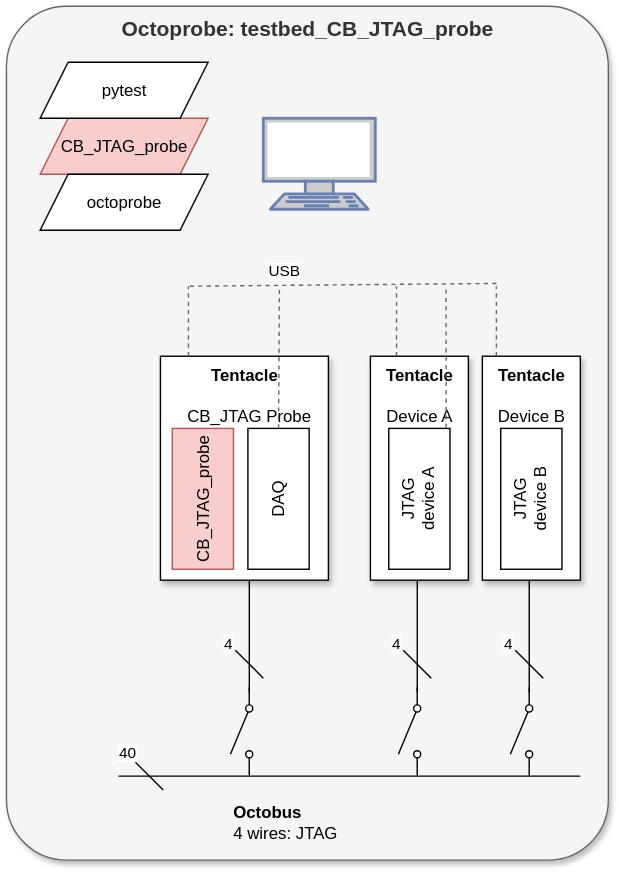
Above: docs/design/block_diagram.drawio.svg in octoprobe/testbed_cb_jtag_probe (draw.io), before the change. Source tidied: cells renumbered, new cells last; positions are measured from the earlier drawing's top-left corner, leaving out a move shared by most shapes. Its diagram source:
```xml
<mxGraphModel>
  <root>
    <mxCell id="0" />
    <mxCell id="1" parent="0" />
    <mxCell id="2" value="&lt;b&gt;Octoprobe: testbed_CB_JTAG_probe&lt;/b&gt;" style="rounded=1;whiteSpace=wrap;html=1;shadow=1;align=center;horizontal=1;arcSize=10;verticalAlign=top;fontSize=15;fillColor=#f5f5f5;fontColor=#333333;strokeColor=#666666;" parent="1" vertex="1">
      <mxGeometry width="430" height="610" as="geometry" />
    </mxCell>
    <mxCell id="3" value="&lt;b&gt;Octobus&lt;/b&gt;&lt;br&gt;4 wires: JTAG" style="text;html=1;strokeColor=none;fillColor=none;align=left;verticalAlign=middle;whiteSpace=wrap;rounded=0;" parent="1" vertex="1">
      <mxGeometry x="160" y="560" width="160" height="46" as="geometry" />
    </mxCell>
    <mxCell id="4" value="&lt;b&gt;Tentacle&lt;/b&gt;&lt;br&gt;&lt;br&gt;&amp;nbsp; CB_JTAG Probe" style="rounded=0;whiteSpace=wrap;html=1;verticalAlign=top;align=center;shadow=1;" parent="1" vertex="1">
      <mxGeometry x="110" y="250" width="120" height="160" as="geometry" />
    </mxCell>
    <mxCell id="5" style="edgeStyle=none;html=1;endArrow=none;endFill=0;strokeWidth=1;" parent="1" edge="1">
      <mxGeometry relative="1" as="geometry">
        <mxPoint x="410" y="550" as="sourcePoint" />
        <mxPoint x="80" y="550" as="targetPoint" />
      </mxGeometry>
    </mxCell>
    <mxCell id="6" value="40" style="edgeStyle=none;html=1;endArrow=none;endFill=0;strokeWidth=1;" parent="1" edge="1">
      <mxGeometry x="-1" y="9" relative="1" as="geometry">
        <mxPoint x="92" y="540" as="sourcePoint" />
        <mxPoint x="112" y="560" as="targetPoint" />
        <mxPoint x="-12" y="-1" as="offset" />
      </mxGeometry>
    </mxCell>
    <mxCell id="7" value="CB_JTAG_probe" style="rounded=0;whiteSpace=wrap;html=1;verticalAlign=middle;rotation=-90;align=center;fillColor=#f8cecc;strokeColor=#b85450;" parent="1" vertex="1">
      <mxGeometry x="90" y="330" width="100.6" height="43.8" as="geometry" />
    </mxCell>
    <mxCell id="8" value="DAQ" style="rounded=0;whiteSpace=wrap;html=1;verticalAlign=middle;rotation=-90;" parent="1" vertex="1">
      <mxGeometry x="144.1" y="330" width="100.6" height="43.8" as="geometry" />
    </mxCell>
    <mxCell id="9" style="group;" parent="1" vertex="1">
      <mxGeometry x="360" y="410" width="23.5" height="139.5" as="geometry" />
    </mxCell>
    <mxCell id="10" style="edgeStyle=none;html=1;endArrow=none;endFill=0;strokeWidth=1;" parent="9" edge="1">
      <mxGeometry relative="1" as="geometry">
        <mxPoint x="13.5" as="sourcePoint" />
        <mxPoint x="13.5" y="80" as="targetPoint" />
      </mxGeometry>
    </mxCell>
    <mxCell id="11" style="shape=mxgraph.electrical.electro-mechanical.singleSwitch;elSwitchState=off;rotation=-90;flipV=0;flipH=1;" parent="9" vertex="1">
      <mxGeometry x="-23.1" y="99.6" width="63" height="16.8" as="geometry" />
    </mxCell>
    <mxCell id="12" value="4" style="edgeStyle=none;html=1;endArrow=none;endFill=0;strokeWidth=1;" parent="9" edge="1">
      <mxGeometry x="-1" y="-8" relative="1" as="geometry">
        <mxPoint x="3.5" y="50" as="sourcePoint" />
        <mxPoint x="23.5" y="70" as="targetPoint" />
        <mxPoint y="-11" as="offset" />
      </mxGeometry>
    </mxCell>
    <mxCell id="13" style="group;" parent="1" vertex="1">
      <mxGeometry x="160" y="410" width="23.5" height="139.5" as="geometry" />
    </mxCell>
    <mxCell id="14" style="edgeStyle=none;html=1;endArrow=none;endFill=0;strokeWidth=1;" parent="13" edge="1">
      <mxGeometry relative="1" as="geometry">
        <mxPoint x="13.5" as="sourcePoint" />
        <mxPoint x="13.5" y="80" as="targetPoint" />
      </mxGeometry>
    </mxCell>
    <mxCell id="15" style="shape=mxgraph.electrical.electro-mechanical.singleSwitch;elSwitchState=off;rotation=-90;flipV=0;flipH=1;" parent="13" vertex="1">
      <mxGeometry x="-23.1" y="99.6" width="63" height="16.8" as="geometry" />
    </mxCell>
    <mxCell id="16" value="4" style="edgeStyle=none;html=1;endArrow=none;endFill=0;strokeWidth=1;" parent="13" edge="1">
      <mxGeometry x="-1" y="-8" relative="1" as="geometry">
        <mxPoint x="3.5" y="50" as="sourcePoint" />
        <mxPoint x="23.5" y="70" as="targetPoint" />
        <mxPoint y="-11" as="offset" />
      </mxGeometry>
    </mxCell>
    <mxCell id="17" value="&lt;b&gt;Tentacle&lt;/b&gt;&lt;br&gt;&lt;br&gt;Device A" style="rounded=0;whiteSpace=wrap;html=1;verticalAlign=top;align=center;shadow=1;" parent="1" vertex="1">
      <mxGeometry x="260" y="250" width="70" height="160" as="geometry" />
    </mxCell>
    <mxCell id="18" value="JTAG&lt;br&gt;device A" style="rounded=0;whiteSpace=wrap;html=1;verticalAlign=top;rotation=-90;" parent="1" vertex="1">
      <mxGeometry x="244.7" y="330" width="100.6" height="43.8" as="geometry" />
    </mxCell>
    <mxCell id="19" value="&lt;b&gt;Tentacle&lt;/b&gt;&lt;br&gt;&lt;br&gt;Device B" style="rounded=0;whiteSpace=wrap;html=1;verticalAlign=top;align=center;shadow=1;" parent="1" vertex="1">
      <mxGeometry x="340" y="250" width="70" height="160" as="geometry" />
    </mxCell>
    <mxCell id="20" value="JTAG&lt;div&gt;device B&lt;/div&gt;" style="rounded=0;whiteSpace=wrap;html=1;verticalAlign=top;rotation=-90;" parent="1" vertex="1">
      <mxGeometry x="324.7" y="330" width="100.6" height="43.8" as="geometry" />
    </mxCell>
    <mxCell id="21" style="group;" parent="1" vertex="1">
      <mxGeometry x="280" y="410" width="23.5" height="139.5" as="geometry" />
    </mxCell>
    <mxCell id="22" style="edgeStyle=none;html=1;endArrow=none;endFill=0;strokeWidth=1;" parent="21" edge="1">
      <mxGeometry relative="1" as="geometry">
        <mxPoint x="13.5" as="sourcePoint" />
        <mxPoint x="13.5" y="80" as="targetPoint" />
      </mxGeometry>
    </mxCell>
    <mxCell id="23" style="shape=mxgraph.electrical.electro-mechanical.singleSwitch;elSwitchState=off;rotation=-90;flipV=0;flipH=1;" parent="21" vertex="1">
      <mxGeometry x="-23.1" y="99.6" width="63" height="16.8" as="geometry" />
    </mxCell>
    <mxCell id="24" value="4" style="edgeStyle=none;html=1;endArrow=none;endFill=0;strokeWidth=1;" parent="21" edge="1">
      <mxGeometry x="-1" y="-8" relative="1" as="geometry">
        <mxPoint x="3.5" y="50" as="sourcePoint" />
        <mxPoint x="23.5" y="70" as="targetPoint" />
        <mxPoint y="-11" as="offset" />
      </mxGeometry>
    </mxCell>
    <mxCell id="25" style="fontColor=#0066CC;verticalAlign=top;verticalLabelPosition=bottom;labelPosition=center;align=center;html=1;fillColor=#CCCCCC;strokeColor=#6881B3;gradientColor=none;gradientDirection=north;strokeWidth=2;shape=mxgraph.networks.terminal;" parent="1" vertex="1">
      <mxGeometry x="183.5" y="80" width="80" height="65" as="geometry" />
    </mxCell>
    <mxCell id="26" style="edgeStyle=none;html=1;endArrow=none;endFill=0;strokeWidth=1;exitX=0.429;exitY=0;exitDx=0;exitDy=0;exitPerimeter=0;fillColor=#bac8d3;strokeColor=#666666;dashed=1;" parent="1" edge="1">
      <mxGeometry relative="1" as="geometry">
        <mxPoint x="130" y="250" as="sourcePoint" />
        <mxPoint x="130" y="200" as="targetPoint" />
      </mxGeometry>
    </mxCell>
    <mxCell id="27" style="edgeStyle=none;html=1;endArrow=none;endFill=0;strokeWidth=1;exitX=0.429;exitY=0;exitDx=0;exitDy=0;exitPerimeter=0;fillColor=#bac8d3;strokeColor=#666666;dashed=1;" parent="1" edge="1">
      <mxGeometry relative="1" as="geometry">
        <mxPoint x="278.7" y="250" as="sourcePoint" />
        <mxPoint x="278.7" y="200" as="targetPoint" />
      </mxGeometry>
    </mxCell>
    <mxCell id="28" style="edgeStyle=none;html=1;endArrow=none;endFill=0;strokeWidth=1;exitX=0.429;exitY=0;exitDx=0;exitDy=0;exitPerimeter=0;fillColor=#bac8d3;strokeColor=#666666;dashed=1;" parent="1" edge="1">
      <mxGeometry relative="1" as="geometry">
        <mxPoint x="350" y="250" as="sourcePoint" />
        <mxPoint x="350" y="200" as="targetPoint" />
      </mxGeometry>
    </mxCell>
    <mxCell id="29" style="edgeStyle=none;html=1;endArrow=none;endFill=0;strokeWidth=1;fillColor=#bac8d3;strokeColor=#666666;dashed=1;exitX=1.003;exitY=0.937;exitDx=0;exitDy=0;exitPerimeter=0;" parent="1" edge="1" source="18">
      <mxGeometry relative="1" as="geometry">
        <mxPoint x="314.1" y="200" as="targetPoint" />
      </mxGeometry>
    </mxCell>
    <mxCell id="30" style="edgeStyle=none;html=1;endArrow=none;endFill=0;strokeWidth=1;fillColor=#bac8d3;strokeColor=#666666;dashed=1;exitX=1;exitY=0.5;exitDx=0;exitDy=0;" parent="1" edge="1" source="8">
      <mxGeometry relative="1" as="geometry">
        <mxPoint x="195" y="200" as="targetPoint" />
      </mxGeometry>
    </mxCell>
    <mxCell id="31" style="edgeStyle=none;html=1;endArrow=none;endFill=0;strokeWidth=1;fillColor=#bac8d3;strokeColor=#666666;dashed=1;" parent="1" edge="1">
      <mxGeometry relative="1" as="geometry">
        <mxPoint x="350" y="198" as="sourcePoint" />
        <mxPoint x="130" y="200" as="targetPoint" />
      </mxGeometry>
    </mxCell>
    <mxCell id="32" value="USB" style="edgeLabel;html=1;align=center;verticalAlign=middle;" parent="31" vertex="1">
      <mxGeometry x="-0.15" y="3" relative="1" as="geometry">
        <mxPoint x="-59" y="-13" as="offset" />
      </mxGeometry>
    </mxCell>
    <mxCell id="33" value="CB_JTAG_probe" style="shape=parallelogram;perimeter=parallelogramPerimeter;whiteSpace=wrap;html=1;fixedSize=1;fillColor=#f8cecc;strokeColor=#b85450;" parent="1" vertex="1">
      <mxGeometry x="24.1" y="80" width="120" height="40" as="geometry" />
    </mxCell>
    <mxCell id="34" value="octoprobe" style="shape=parallelogram;perimeter=parallelogramPerimeter;whiteSpace=wrap;html=1;fixedSize=1;" parent="1" vertex="1">
      <mxGeometry x="24.1" y="120" width="120" height="40" as="geometry" />
    </mxCell>
    <mxCell id="35" value="pytest" style="shape=parallelogram;perimeter=parallelogramPerimeter;whiteSpace=wrap;html=1;fixedSize=1;" parent="1" vertex="1">
      <mxGeometry x="24.1" y="40" width="120" height="40" as="geometry" />
    </mxCell>
  </root>
</mxGraphModel>
```
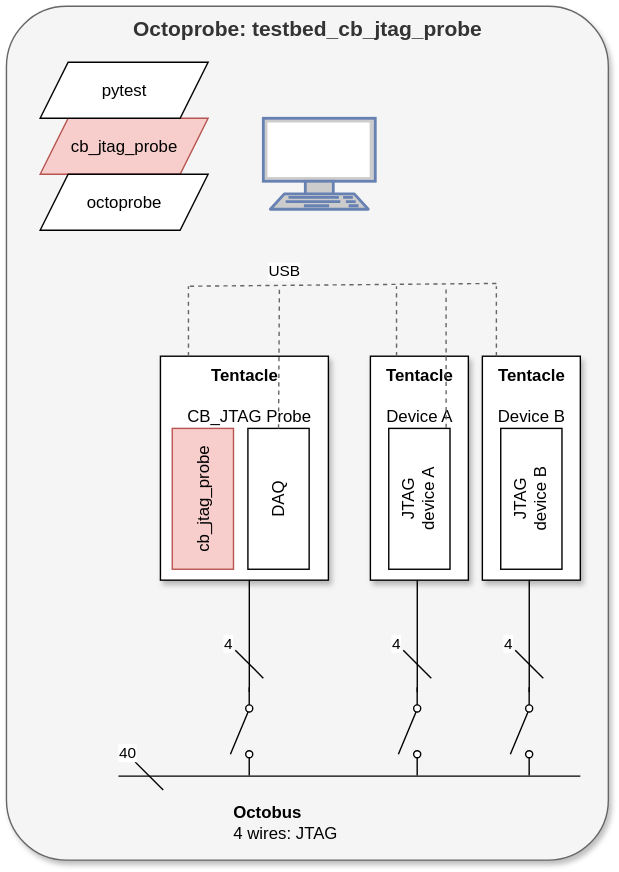
After the change.

What changed in the source:
```diff
@@ -2,7 +2,7 @@
   <root>
     <mxCell id="0" />
     <mxCell id="1" parent="0" />
-    <mxCell id="2" value="&lt;b&gt;Octoprobe: testbed_CB_JTAG_probe&lt;/b&gt;" style="rounded=1;whiteSpace=wrap;html=1;shadow=1;align=center;horizontal=1;arcSize=10;verticalAlign=top;fontSize=15;fillColor=#f5f5f5;fontColor=#333333;strokeColor=#666666;" parent="1" vertex="1">
+    <mxCell id="2" value="&lt;b&gt;Octoprobe: testbed_cb_jtag_probe&lt;/b&gt;" style="rounded=1;whiteSpace=wrap;html=1;shadow=1;align=center;horizontal=1;arcSize=10;verticalAlign=top;fontSize=15;fillColor=#f5f5f5;fontColor=#333333;strokeColor=#666666;" parent="1" vertex="1">
       <mxGeometry width="430" height="610" as="geometry" />
     </mxCell>
     <mxCell id="3" value="&lt;b&gt;Octobus&lt;/b&gt;&lt;br&gt;4 wires: JTAG" style="text;html=1;strokeColor=none;fillColor=none;align=left;verticalAlign=middle;whiteSpace=wrap;rounded=0;" parent="1" vertex="1">
@@ -24,7 +24,7 @@
         <mxPoint x="-12" y="-1" as="offset" />
       </mxGeometry>
     </mxCell>
-    <mxCell id="7" value="CB_JTAG_probe" style="rounded=0;whiteSpace=wrap;html=1;verticalAlign=middle;rotation=-90;align=center;fillColor=#f8cecc;strokeColor=#b85450;" parent="1" vertex="1">
+    <mxCell id="7" value="cb_jtag_probe" style="rounded=0;whiteSpace=wrap;html=1;verticalAlign=middle;rotation=-90;align=center;fillColor=#f8cecc;strokeColor=#b85450;" parent="1" vertex="1">
       <mxGeometry x="90" y="330" width="100.6" height="43.8" as="geometry" />
     </mxCell>
     <mxCell id="8" value="DAQ" style="rounded=0;whiteSpace=wrap;html=1;verticalAlign=middle;rotation=-90;" parent="1" vertex="1">
@@ -141,7 +141,7 @@
         <mxPoint x="-59" y="-13" as="offset" />
       </mxGeometry>
     </mxCell>
-    <mxCell id="33" value="CB_JTAG_probe" style="shape=parallelogram;perimeter=parallelogramPerimeter;whiteSpace=wrap;html=1;fixedSize=1;fillColor=#f8cecc;strokeColor=#b85450;" parent="1" vertex="1">
+    <mxCell id="33" value="cb_jtag_probe" style="shape=parallelogram;perimeter=parallelogramPerimeter;whiteSpace=wrap;html=1;fixedSize=1;fillColor=#f8cecc;strokeColor=#b85450;" parent="1" vertex="1">
       <mxGeometry x="24.1" y="80" width="120" height="40" as="geometry" />
     </mxCell>
     <mxCell id="34" value="octoprobe" style="shape=parallelogram;perimeter=parallelogramPerimeter;whiteSpace=wrap;html=1;fixedSize=1;" parent="1" vertex="1">
```
